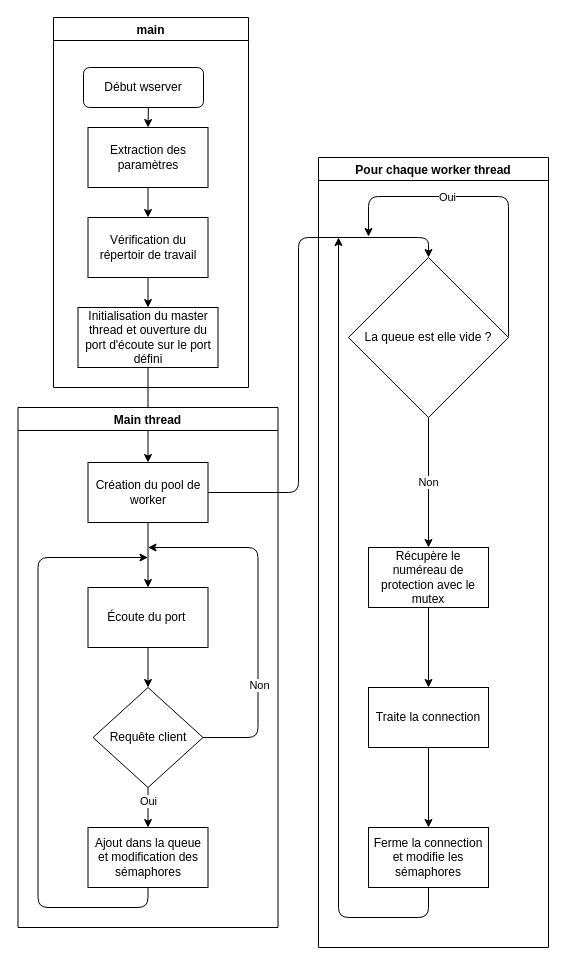
Earlier version of the draw.io diagram page "diagramme_main_algo" (1 of 2) of diagramme.drawio (neoseb59/concurrency-webserver-main). Source tidied: cells renumbered, new cells numbered last; positions are measured from the earlier drawing's top-left corner, leaving out a move shared by most shapes. Both pictures are drawn from the tidied source at 100%, with x=0, y=0 at pixel (18, 17).
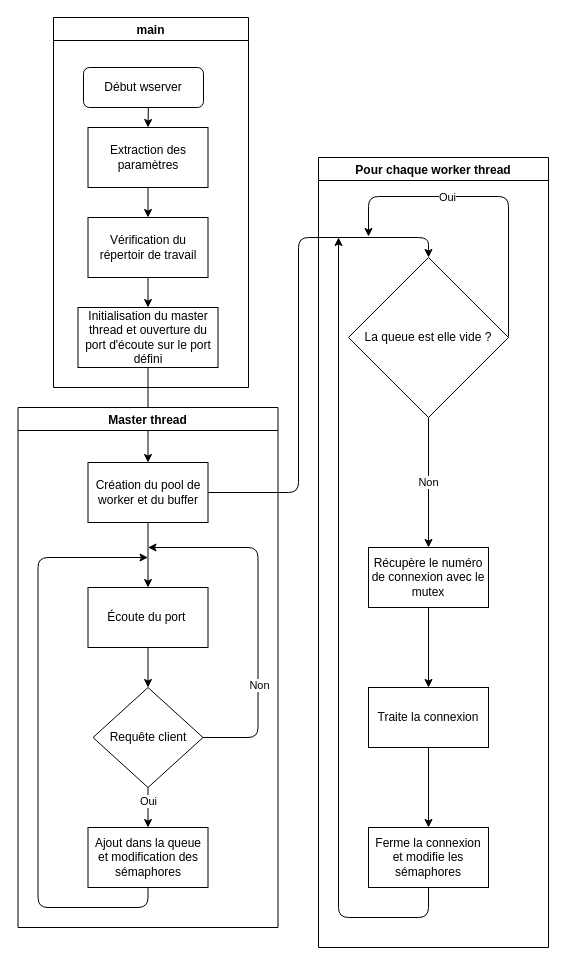
After the change.

Change to the diagram source:
```diff
@@
-    <mxCell id="6" value="Création du pool de worker" style="whiteSpace=wrap;html=1;rounded=0;" parent="1" vertex="1">
+    <mxCell id="6" value="Création du pool de worker et du buffer" style="whiteSpace=wrap;html=1;rounded=0;" parent="1" vertex="1">
       <mxGeometry x="69.5" y="445" width="120" height="60" as="geometry" />
     </mxCell>
@@
-    <mxCell id="21" value="Récupère le numéreau de protection avec le mutex" style="whiteSpace=wrap;html=1;" parent="1" vertex="1">
+    <mxCell id="21" value="Récupère le numéro de connexion avec le mutex" style="whiteSpace=wrap;html=1;" parent="1" vertex="1">
       <mxGeometry x="350" y="530" width="120" height="60" as="geometry" />
     </mxCell>
@@
-    <mxCell id="23" value="Traite la connection" style="whiteSpace=wrap;html=1;" parent="1" vertex="1">
+    <mxCell id="23" value="Traite la connexion" style="whiteSpace=wrap;html=1;" parent="1" vertex="1">
       <mxGeometry x="350" y="670" width="120" height="60" as="geometry" />
     </mxCell>
@@
-    <mxCell id="25" value="Ferme la connection et modifie les sémaphores" style="whiteSpace=wrap;html=1;" parent="1" vertex="1">
+    <mxCell id="25" value="Ferme la connexion et modifie les sémaphores" style="whiteSpace=wrap;html=1;" parent="1" vertex="1">
       <mxGeometry x="350" y="810" width="120" height="60" as="geometry" />
     </mxCell>
@@
-    <mxCell id="34" value="Main thread" style="swimlane;" parent="1" vertex="1">
+    <mxCell id="34" value="Master thread" style="swimlane;" parent="1" vertex="1">
       <mxGeometry x="-0.5" y="390" width="260" height="520" as="geometry" />
     </mxCell>
```
